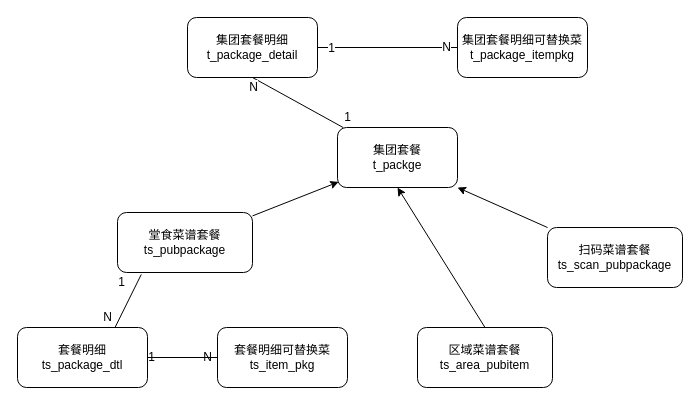
liuchenwei2000/diagram keeps this draw.io diagram as 云端basemember/套餐相关.drawio. Above is the earlier version. Source tidied: cells renumbered, new cells numbered last; positions are measured from the earlier drawing's top-left corner, leaving out a move shared by most shapes. Both pictures are drawn from the tidied source at 100%, with x=0, y=0 at pixel (17, 17).
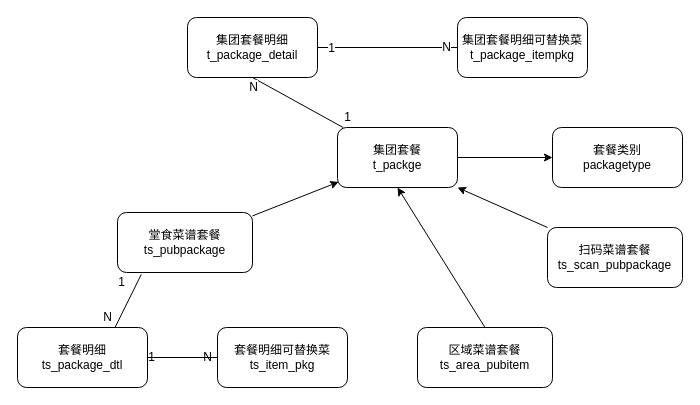
After the change.

The change refers to these unchanged cells:
```xml
<mxCell id="13" value="集团套餐&lt;br&gt;t_packge" style="rounded=1;whiteSpace=wrap;html=1;" parent="1" vertex="1">
  <mxGeometry x="320" y="110" width="120" height="60" as="geometry" />
</mxCell>
```

Change to the diagram source:
```diff
@@
+    <mxCell id="25" value="套餐类别&lt;br&gt;packagetype" style="rounded=1;whiteSpace=wrap;html=1;" parent="1" vertex="1">
+      <mxGeometry x="535" y="110" width="130" height="60" as="geometry" />
+    </mxCell>
+    <mxCell id="26" style="endArrow=classic;html=1;exitX=1;exitY=0.5;exitDx=0;exitDy=0;entryX=0;entryY=0.5;entryDx=0;entryDy=0;" parent="1" edge="1" source="13" target="25">
+      <mxGeometry relative="1" as="geometry" />
+    </mxCell>
```
